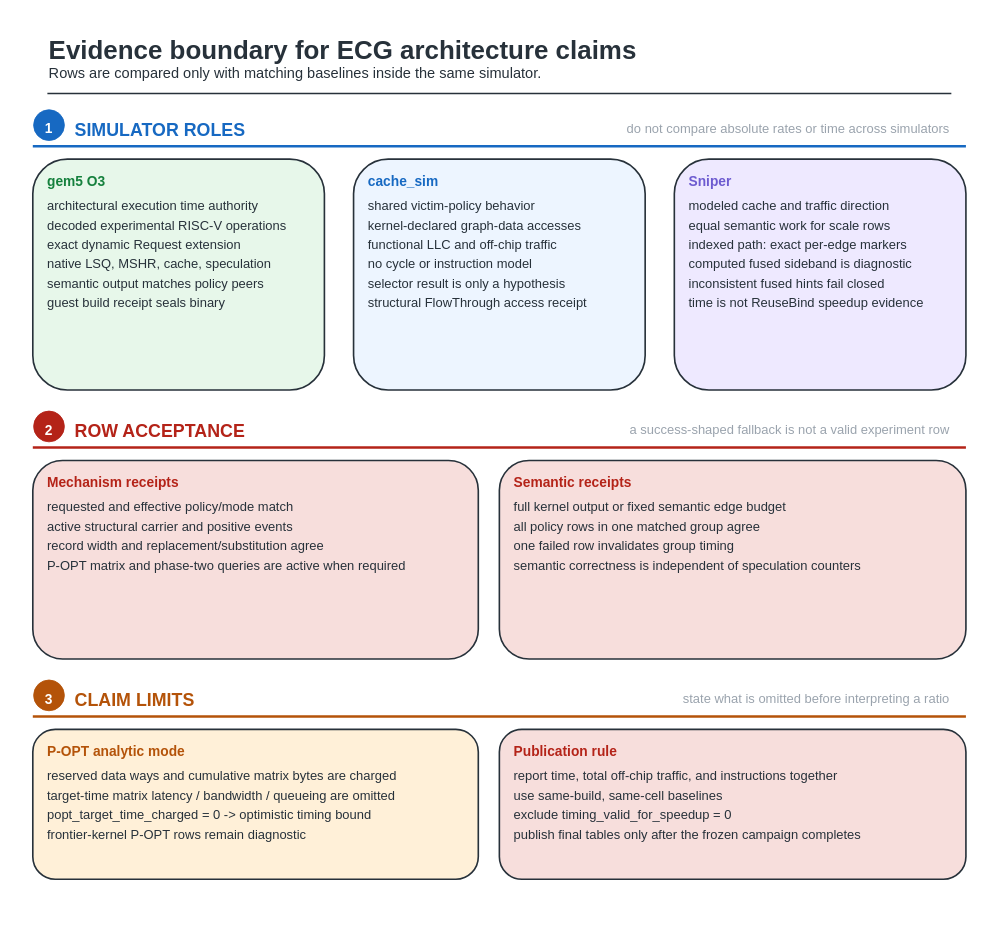
The draw.io diagram fig/wiki_src/evaluation-methodology/evaluation-methodology-f01-evidence-boundary.drawio in UVA-LavaLab/ECG_GrAPL, before the edit. Source tidied: cells renumbered, new cells numbered last; positions are measured from the earlier drawing's top-left corner, leaving out a move shared by most shapes. Both pictures are drawn from the tidied source at 81%, with x=0, y=0 at pixel (13, 13).
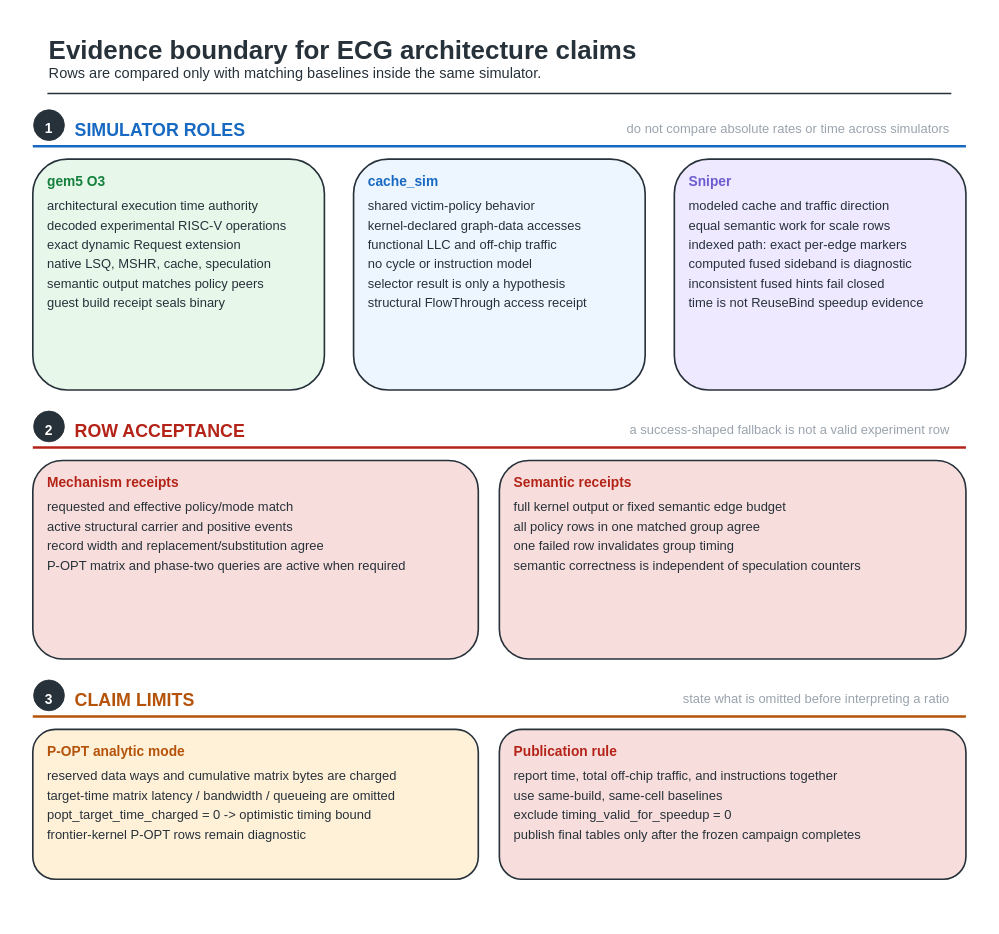
After the change.

Change to the diagram source:
```diff
@@
-    <mxCell id="6" style="ellipse;html=0;fillColor=#1769C2;strokeColor=#1769C2;strokeWidth=1;" parent="1" vertex="1">
+    <mxCell id="6" style="ellipse;html=0;fillColor=#27313A;strokeColor=#27313A;strokeWidth=1;" parent="1" vertex="1">
       <mxGeometry x="25" y="119" width="38" height="38" as="geometry" />
     </mxCell>
@@
-    <mxCell id="35" style="ellipse;html=0;fillColor=#B42318;strokeColor=#B42318;strokeWidth=1;" parent="1" vertex="1">
+    <mxCell id="35" style="ellipse;html=0;fillColor=#27313A;strokeColor=#27313A;strokeWidth=1;" parent="1" vertex="1">
       <mxGeometry x="25" y="491" width="38" height="38" as="geometry" />
     </mxCell>
@@
-    <mxCell id="52" style="ellipse;html=0;fillColor=#B45309;strokeColor=#B45309;strokeWidth=1;" parent="1" vertex="1">
+    <mxCell id="52" style="ellipse;html=0;fillColor=#27313A;strokeColor=#27313A;strokeWidth=1;" parent="1" vertex="1">
       <mxGeometry x="25" y="823" width="38" height="38" as="geometry" />
     </mxCell>
```
